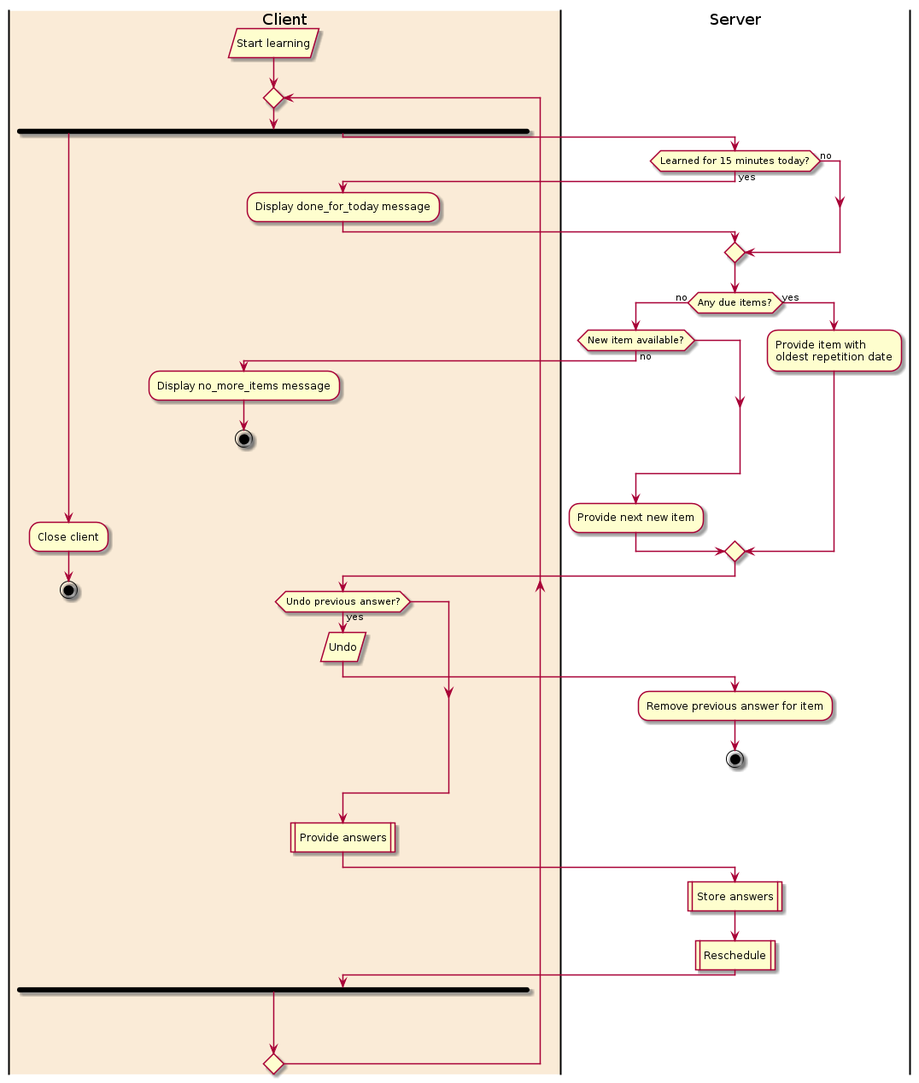
Earlier version of the PlantUML export img/learningactivitygen.png (mcvdenk/MasterThesis). The source it was exported from:
```plantuml
@startuml
|#AntiqueWhite|Client|
:Start learning/
repeat
fork
:Close client;
stop
fork again
|Server|
if (Learned for 15 minutes today?) then (yes)
|Client|
:Display done_for_today message;
|Server|
else (no)
endif
if (Any due items?) then (no)
if (New item available?) then (no)
|Client|
:Display no_more_items message;
stop
endif
|Server|
:Provide next new item;
else (yes)
:Provide item with
oldest repetition date;
endif
|Client|
if (Undo previous answer?) then (yes)
:Undo/
|Server|
:Remove previous answer for item;
stop
endif
|Client|
:Provide answers|
|Server|
:Store answers|
:Reschedule|
end fork
repeat while ()
@enduml
```
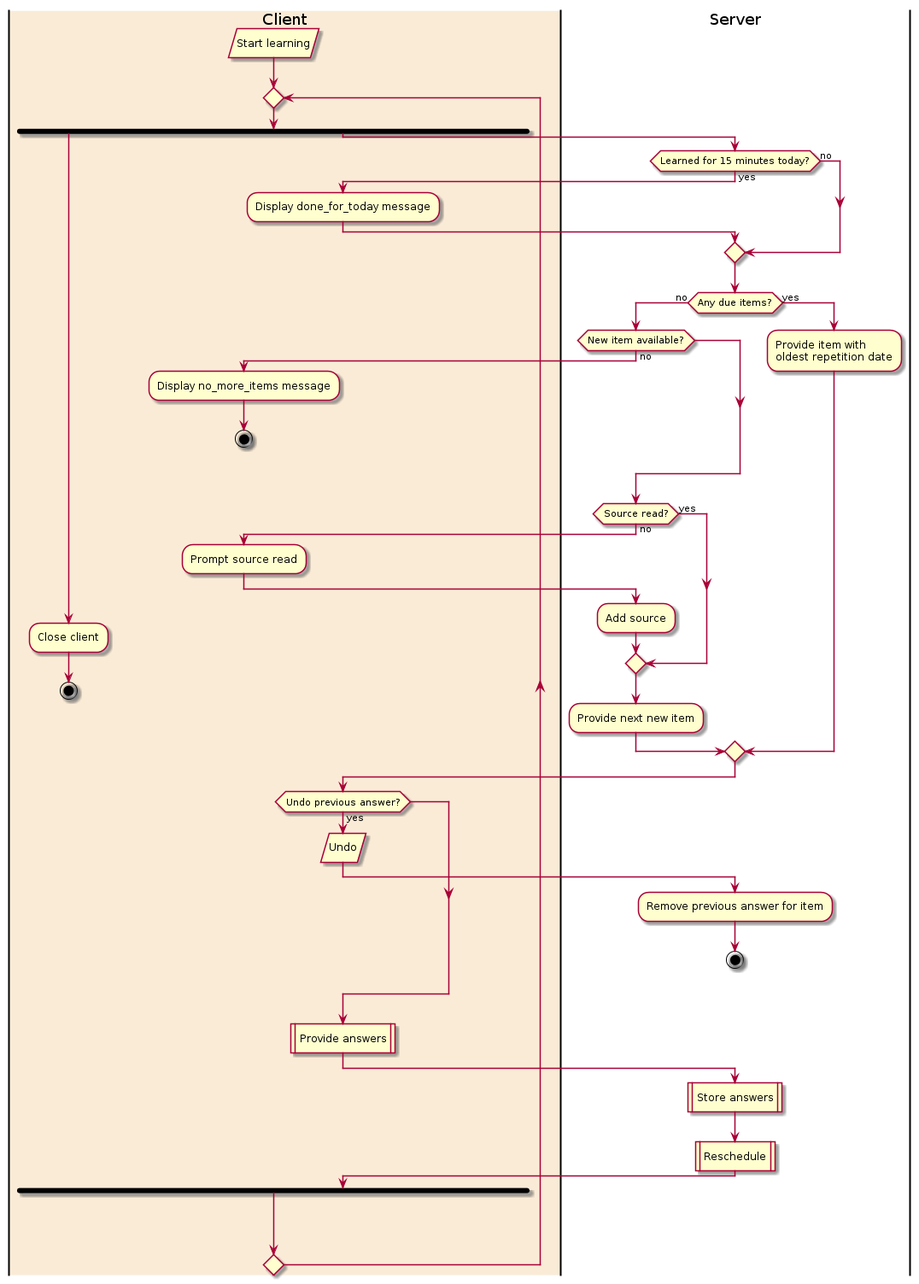
The same diagram one commit later.

Change to the diagram source:
```diff
@@ -20,6 +20,13 @@
 stop
 endif
 |Server|
+if (Source read?) then (no)
+|Client|
+:Prompt source read;
+|Server|
+:Add source;
+else (yes)
+endif
 :Provide next new item;
 else (yes)
 :Provide item with
```
